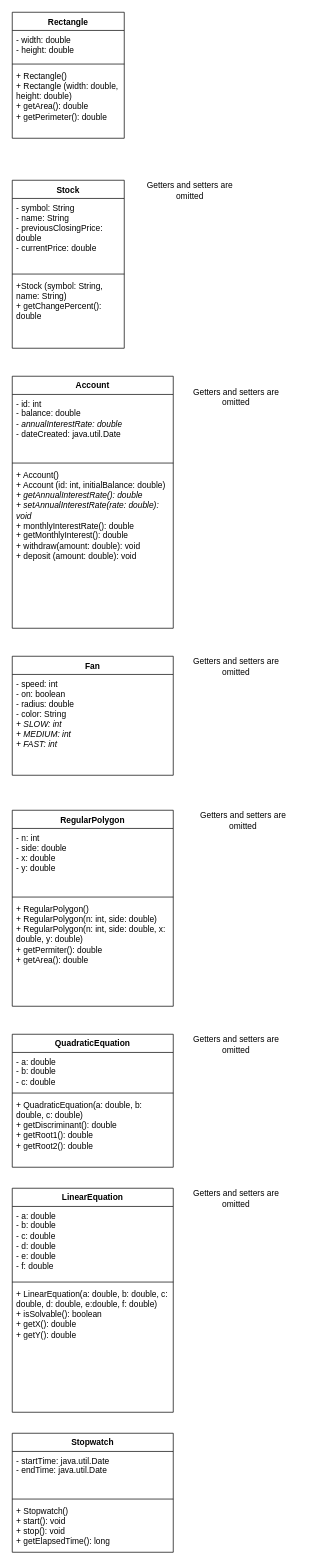
Before: uml/Chapter09.drawio in xmednikovi/intro-to-java-programming-exercises, a draw.io diagram. Source tidied: cells renumbered, new cells numbered last; positions are measured from the earlier drawing's top-left corner, leaving out a move shared by most shapes. Both pictures are drawn from the tidied source at 70%, with x=0, y=0 at pixel (12, 12).
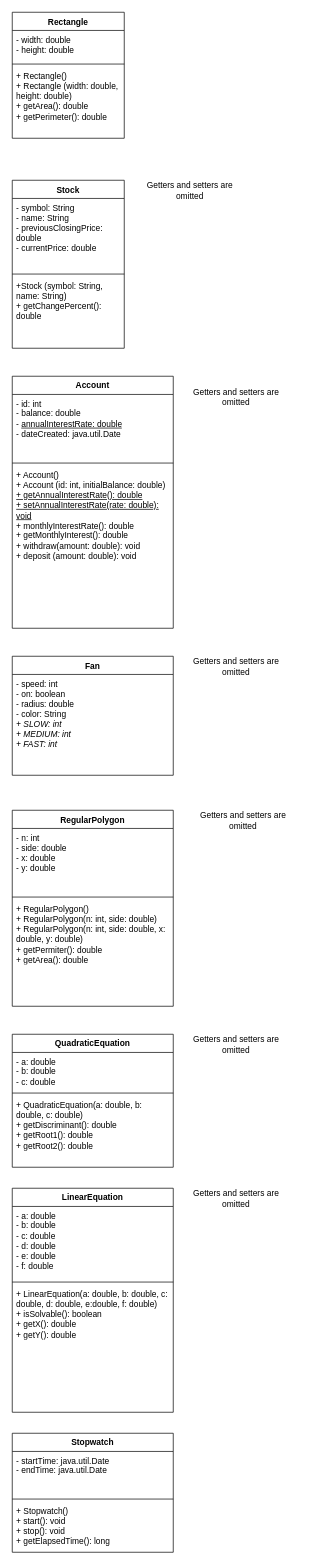
The same page after the edit.

Unchanged cells that the change refers to:
```xml
<mxCell id="11" value="Account" style="swimlane;fontStyle=1;align=center;verticalAlign=top;horizontal=1;startSize=26;whiteSpace=wrap;html=1;" parent="1" vertex="1">
  <mxGeometry y="520" width="230" height="360" as="geometry" />
</mxCell>
```

The edit, as a diff of the source:
```diff
@@
-    <mxCell id="12" value="- id: int&lt;br&gt;- balance: double&lt;br&gt;- &lt;i&gt;annualInterestRate: double&lt;/i&gt;&lt;br&gt;- dateCreated: java.util.Date" style="text;strokeColor=none;fillColor=none;align=left;verticalAlign=top;spacingLeft=4;spacingRight=4;overflow=hidden;whiteSpace=wrap;html=1;" parent="11" vertex="1">
+    <mxCell id="12" value="- id: int&lt;br&gt;- balance: double&lt;br&gt;- &lt;u&gt;annualInterestRate: double&lt;/u&gt;&lt;br&gt;- dateCreated: java.util.Date" style="text;strokeColor=none;fillColor=none;align=left;verticalAlign=top;spacingLeft=4;spacingRight=4;overflow=hidden;whiteSpace=wrap;html=1;" parent="11" vertex="1">
       <mxGeometry y="26" width="230" height="94" as="geometry" />
     </mxCell>
@@
-    <mxCell id="14" value="+ Account()&lt;br&gt;+ Account (id: int, initialBalance: double)&lt;br&gt;&lt;i&gt;+ getAnnualInterestRate(): double&lt;br&gt;+ setAnnualInterestRate(rate: double): void&lt;br&gt;&lt;/i&gt;+ monthlyInterestRate(): double&lt;br&gt;+ getMonthlyInterest(): double&lt;br&gt;+ withdraw(amount: double): void&lt;br&gt;+ deposit (amount: double): void" style="text;strokeColor=none;fillColor=none;align=left;verticalAlign=top;spacingLeft=4;spacingRight=4;overflow=hidden;whiteSpace=wrap;html=1;" parent="11" vertex="1">
+    <mxCell id="14" value="+ Account()&lt;br&gt;+ Account (id: int, initialBalance: double)&lt;br&gt;&lt;u&gt;+ getAnnualInterestRate(): double&lt;br&gt;+ setAnnualInterestRate(rate: double): void&lt;/u&gt;&lt;br&gt;+ monthlyInterestRate(): double&lt;br&gt;+ getMonthlyInterest(): double&lt;br&gt;+ withdraw(amount: double): void&lt;br&gt;+ deposit (amount: double): void" style="text;strokeColor=none;fillColor=none;align=left;verticalAlign=top;spacingLeft=4;spacingRight=4;overflow=hidden;whiteSpace=wrap;html=1;" parent="11" vertex="1">
       <mxGeometry y="128" width="230" height="232" as="geometry" />
     </mxCell>
```
